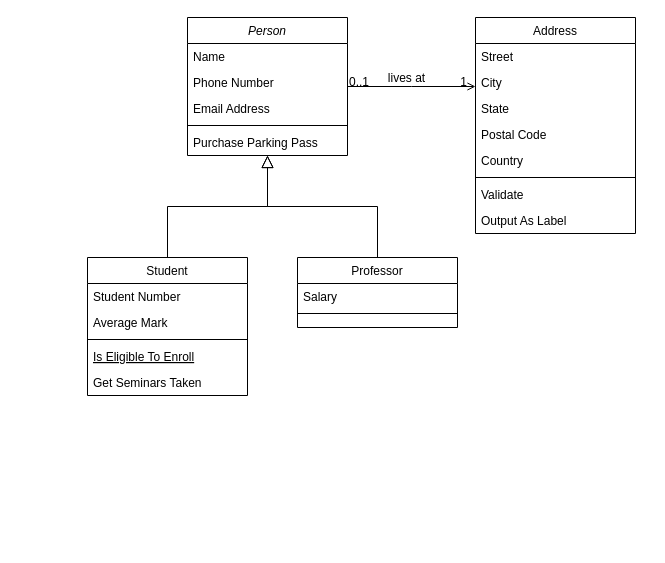
Before: z-platform.drawio in yamuben/z-platform-backend, a draw.io diagram. Source tidied: cells renumbered, new cells numbered last; positions are measured from the earlier drawing's top-left corner, leaving out a move shared by most shapes. Both pictures are drawn from the tidied source at 100%, with x=0, y=0 at pixel (87, 17).
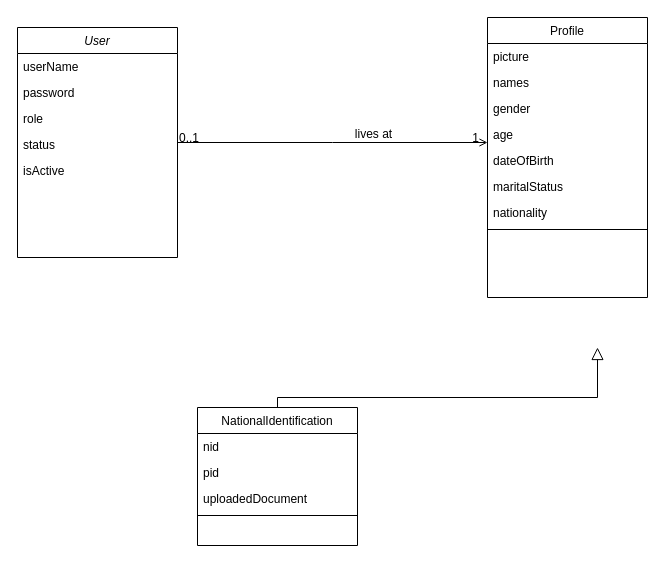
The same diagram, later.

Diff of the diagram source:
```diff
@@
-    <mxCell id="2" value="Person" style="swimlane;fontStyle=2;align=center;verticalAlign=top;horizontal=1;startSize=26;rounded=0;shadow=0;strokeWidth=1;" parent="1" vertex="1">
-      <mxGeometry x="100" width="160" height="138" as="geometry" />
+    <mxCell id="2" value="User" style="swimlane;fontStyle=2;align=center;verticalAlign=top;horizontal=1;startSize=26;rounded=0;shadow=0;strokeWidth=1;" parent="1" vertex="1">
+      <mxGeometry x="-70" y="10" width="160" height="230" as="geometry" />
     </mxCell>
-    <mxCell id="3" value="Name" style="text;align=left;verticalAlign=top;spacingLeft=4;spacingRight=4;overflow=hidden;" parent="2" vertex="1">
+    <mxCell id="3" value="userName" style="text;align=left;verticalAlign=top;spacingLeft=4;spacingRight=4;overflow=hidden;" parent="2" vertex="1">
       <mxGeometry y="26" width="160" height="26" as="geometry" />
     </mxCell>
-    <mxCell id="4" value="Phone Number" style="text;align=left;verticalAlign=top;spacingLeft=4;spacingRight=4;overflow=hidden;rounded=0;shadow=0;html=0;" parent="2" vertex="1">
+    <mxCell id="4" value="password" style="text;align=left;verticalAlign=top;spacingLeft=4;spacingRight=4;overflow=hidden;rounded=0;shadow=0;html=0;" parent="2" vertex="1">
       <mxGeometry y="52" width="160" height="26" as="geometry" />
     </mxCell>
-    <mxCell id="5" value="Email Address" style="text;align=left;verticalAlign=top;spacingLeft=4;spacingRight=4;overflow=hidden;rounded=0;shadow=0;html=0;" parent="2" vertex="1">
+    <mxCell id="5" value="role&#10;" style="text;align=left;verticalAlign=top;spacingLeft=4;spacingRight=4;overflow=hidden;rounded=0;shadow=0;html=0;" parent="2" vertex="1">
       <mxGeometry y="78" width="160" height="26" as="geometry" />
     </mxCell>
-    <mxCell id="6" style="line;html=1;strokeWidth=1;align=left;verticalAlign=middle;spacingTop=-1;spacingLeft=3;spacingRight=3;labelPosition=right;" parent="2" vertex="1">
-      <mxGeometry y="104" width="160" height="8" as="geometry" />
-    </mxCell>
-    <mxCell id="7" value="Purchase Parking Pass" style="text;align=left;verticalAlign=top;spacingLeft=4;spacingRight=4;overflow=hidden;" parent="2" vertex="1">
-      <mxGeometry y="112" width="160" height="26" as="geometry" />
+    <mxCell id="7" value="status&#10;" style="text;align=left;verticalAlign=top;spacingLeft=4;spacingRight=4;overflow=hidden;" parent="2" vertex="1">
+      <mxGeometry y="104" width="160" height="26" as="geometry" />
     </mxCell>
+    <mxCell id="32" value="isActive" style="text;align=left;verticalAlign=top;spacingLeft=4;spacingRight=4;overflow=hidden;" parent="2" vertex="1">
+      <mxGeometry y="130" width="160" height="26" as="geometry" />
+    </mxCell>
-    <mxCell id="8" value="Student" style="swimlane;fontStyle=0;align=center;verticalAlign=top;horizontal=1;startSize=26;rounded=0;shadow=0;strokeWidth=1;" parent="1" vertex="1">
-      <mxGeometry y="240" width="160" height="138" as="geometry" />
+    <mxCell id="8" value="NationalIdentification" style="swimlane;fontStyle=0;align=center;verticalAlign=top;horizontal=1;startSize=26;rounded=0;shadow=0;strokeWidth=1;" parent="1" vertex="1">
+      <mxGeometry x="110" y="390" width="160" height="138" as="geometry" />
     </mxCell>
-    <mxCell id="9" value="Student Number" style="text;align=left;verticalAlign=top;spacingLeft=4;spacingRight=4;overflow=hidden;" parent="8" vertex="1">
+    <mxCell id="9" value="nid" style="text;align=left;verticalAlign=top;spacingLeft=4;spacingRight=4;overflow=hidden;" parent="8" vertex="1">
       <mxGeometry y="26" width="160" height="26" as="geometry" />
     </mxCell>
-    <mxCell id="10" value="Average Mark" style="text;align=left;verticalAlign=top;spacingLeft=4;spacingRight=4;overflow=hidden;rounded=0;shadow=0;html=0;" parent="8" vertex="1">
+    <mxCell id="10" value="pid" style="text;align=left;verticalAlign=top;spacingLeft=4;spacingRight=4;overflow=hidden;rounded=0;shadow=0;html=0;" parent="8" vertex="1">
       <mxGeometry y="52" width="160" height="26" as="geometry" />
     </mxCell>
+    <mxCell id="12" value="uploadedDocument" style="text;align=left;verticalAlign=top;spacingLeft=4;spacingRight=4;overflow=hidden;fontStyle=0;" parent="8" vertex="1">
+      <mxGeometry y="78" width="160" height="26" as="geometry" />
+    </mxCell>
     <mxCell id="11" style="line;html=1;strokeWidth=1;align=left;verticalAlign=middle;spacingTop=-1;spacingLeft=3;spacingRight=3;labelPosition=right;" parent="8" vertex="1">
-      <mxGeometry y="78" width="160" height="8" as="geometry" />
+      <mxGeometry y="104" width="160" height="8" as="geometry" />
     </mxCell>
-    <mxCell id="12" value="Is Eligible To Enroll" style="text;align=left;verticalAlign=top;spacingLeft=4;spacingRight=4;overflow=hidden;fontStyle=4;" parent="8" vertex="1">
-      <mxGeometry y="86" width="160" height="26" as="geometry" />
-    </mxCell>
-    <mxCell id="13" value="Get Seminars Taken" style="text;align=left;verticalAlign=top;spacingLeft=4;spacingRight=4;overflow=hidden;" parent="8" vertex="1">
-      <mxGeometry y="112" width="160" height="26" as="geometry" />
-    </mxCell>
-    <mxCell id="14" style="endArrow=block;endSize=10;endFill=0;shadow=0;strokeWidth=1;rounded=0;edgeStyle=elbowEdgeStyle;elbow=vertical;" parent="1" edge="1" source="8" target="2">
-      <mxGeometry relative="1" as="geometry" />
+    <mxCell id="14" style="endArrow=block;endSize=10;endFill=0;shadow=0;strokeWidth=1;rounded=0;edgeStyle=elbowEdgeStyle;elbow=vertical;" parent="1" edge="1" source="8">
+      <mxGeometry relative="1" as="geometry">
+        <mxPoint x="510" y="330" as="targetPoint" />
+        <Array as="points">
+          <mxPoint x="510" y="380" />
+          <mxPoint x="460" y="310" />
+        </Array>
+      </mxGeometry>
     </mxCell>
-    <mxCell id="15" value="Professor" style="swimlane;fontStyle=0;align=center;verticalAlign=top;horizontal=1;startSize=26;rounded=0;shadow=0;strokeWidth=1;" parent="1" vertex="1">
-      <mxGeometry x="210" y="240" width="160" height="70" as="geometry" />
-    </mxCell>
-    <mxCell id="16" value="Salary" style="text;align=left;verticalAlign=top;spacingLeft=4;spacingRight=4;overflow=hidden;" parent="15" vertex="1">
-      <mxGeometry y="26" width="160" height="26" as="geometry" />
-    </mxCell>
-    <mxCell id="17" style="line;html=1;strokeWidth=1;align=left;verticalAlign=middle;spacingTop=-1;spacingLeft=3;spacingRight=3;labelPosition=right;" parent="15" vertex="1">
-      <mxGeometry y="52" width="160" height="8" as="geometry" />
-    </mxCell>
-    <mxCell id="18" style="endArrow=block;endSize=10;endFill=0;shadow=0;strokeWidth=1;rounded=0;edgeStyle=elbowEdgeStyle;elbow=vertical;" parent="1" edge="1" source="15" target="2">
-      <mxGeometry relative="1" as="geometry" />
-    </mxCell>
-    <mxCell id="19" value="Address" style="swimlane;fontStyle=0;align=center;verticalAlign=top;horizontal=1;startSize=26;rounded=0;shadow=0;strokeWidth=1;" parent="1" vertex="1">
-      <mxGeometry x="388" width="160" height="216" as="geometry" />
+    <mxCell id="19" value="Profile" style="swimlane;fontStyle=0;align=center;verticalAlign=top;horizontal=1;startSize=26;rounded=0;shadow=0;strokeWidth=1;" parent="1" vertex="1">
+      <mxGeometry x="400" width="160" height="280" as="geometry" />
     </mxCell>
-    <mxCell id="20" value="Street" style="text;align=left;verticalAlign=top;spacingLeft=4;spacingRight=4;overflow=hidden;" parent="19" vertex="1">
+    <mxCell id="20" value="picture" style="text;align=left;verticalAlign=top;spacingLeft=4;spacingRight=4;overflow=hidden;" parent="19" vertex="1">
       <mxGeometry y="26" width="160" height="26" as="geometry" />
     </mxCell>
-    <mxCell id="21" value="City" style="text;align=left;verticalAlign=top;spacingLeft=4;spacingRight=4;overflow=hidden;rounded=0;shadow=0;html=0;" parent="19" vertex="1">
+    <mxCell id="21" value="names" style="text;align=left;verticalAlign=top;spacingLeft=4;spacingRight=4;overflow=hidden;rounded=0;shadow=0;html=0;" parent="19" vertex="1">
       <mxGeometry y="52" width="160" height="26" as="geometry" />
     </mxCell>
-    <mxCell id="22" value="State" style="text;align=left;verticalAlign=top;spacingLeft=4;spacingRight=4;overflow=hidden;rounded=0;shadow=0;html=0;" parent="19" vertex="1">
+    <mxCell id="22" value="gender" style="text;align=left;verticalAlign=top;spacingLeft=4;spacingRight=4;overflow=hidden;rounded=0;shadow=0;html=0;" parent="19" vertex="1">
       <mxGeometry y="78" width="160" height="26" as="geometry" />
     </mxCell>
-    <mxCell id="23" value="Postal Code" style="text;align=left;verticalAlign=top;spacingLeft=4;spacingRight=4;overflow=hidden;rounded=0;shadow=0;html=0;" parent="19" vertex="1">
+    <mxCell id="23" value="age" style="text;align=left;verticalAlign=top;spacingLeft=4;spacingRight=4;overflow=hidden;rounded=0;shadow=0;html=0;" parent="19" vertex="1">
       <mxGeometry y="104" width="160" height="26" as="geometry" />
     </mxCell>
-    <mxCell id="24" value="Country" style="text;align=left;verticalAlign=top;spacingLeft=4;spacingRight=4;overflow=hidden;rounded=0;shadow=0;html=0;" parent="19" vertex="1">
+    <mxCell id="24" value="dateOfBirth" style="text;align=left;verticalAlign=top;spacingLeft=4;spacingRight=4;overflow=hidden;rounded=0;shadow=0;html=0;" parent="19" vertex="1">
       <mxGeometry y="130" width="160" height="26" as="geometry" />
     </mxCell>
-    <mxCell id="25" style="line;html=1;strokeWidth=1;align=left;verticalAlign=middle;spacingTop=-1;spacingLeft=3;spacingRight=3;labelPosition=right;" parent="19" vertex="1">
-      <mxGeometry y="156" width="160" height="8" as="geometry" />
-    </mxCell>
-    <mxCell id="26" value="Validate" style="text;align=left;verticalAlign=top;spacingLeft=4;spacingRight=4;overflow=hidden;" parent="19" vertex="1">
-      <mxGeometry y="164" width="160" height="26" as="geometry" />
+    <mxCell id="26" value="maritalStatus" style="text;align=left;verticalAlign=top;spacingLeft=4;spacingRight=4;overflow=hidden;" parent="19" vertex="1">
+      <mxGeometry y="156" width="160" height="26" as="geometry" />
     </mxCell>
-    <mxCell id="27" value="Output As Label" style="text;align=left;verticalAlign=top;spacingLeft=4;spacingRight=4;overflow=hidden;" parent="19" vertex="1">
-      <mxGeometry y="190" width="160" height="26" as="geometry" />
+    <mxCell id="27" value="nationality" style="text;align=left;verticalAlign=top;spacingLeft=4;spacingRight=4;overflow=hidden;" parent="19" vertex="1">
+      <mxGeometry y="182" width="160" height="26" as="geometry" />
     </mxCell>
+    <mxCell id="25" style="line;html=1;strokeWidth=1;align=left;verticalAlign=middle;spacingTop=-1;spacingLeft=3;spacingRight=3;labelPosition=right;" parent="19" vertex="1">
+      <mxGeometry y="208" width="160" height="8" as="geometry" />
+    </mxCell>
```
